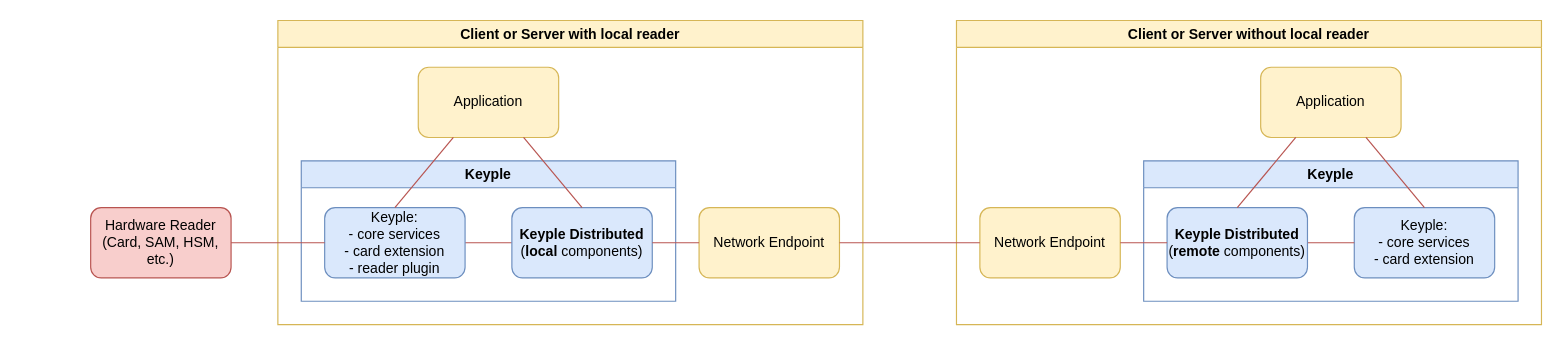
Earlier version of the draw.io diagram static/media/learn/user-guide/distributed-application/distributed_solution_1_layers_overview.drawio (eclipse-keyple/keyple-website). Source tidied: cells renumbered, new cells numbered last; positions are measured from the earlier drawing's top-left corner, leaving out a move shared by most shapes. Both pictures are drawn from the tidied source at 117%, with x=0, y=0 at pixel (90, 20).
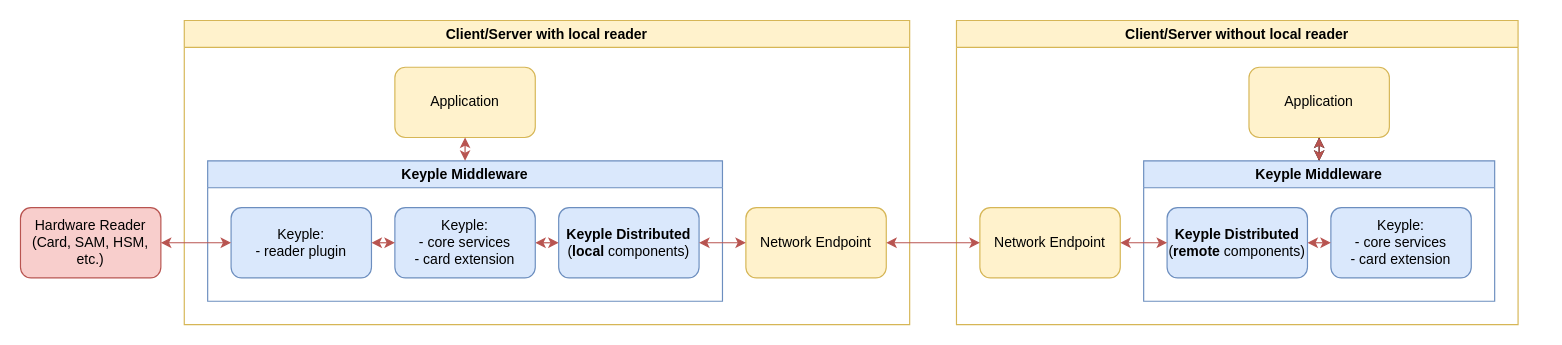
Above is the later version.

Unchanged cells that the change refers to:
```xml
<mxCell id="18" value="&lt;b&gt;Keyple Distributed&lt;/b&gt;&lt;br&gt;(&lt;b&gt;remote&lt;/b&gt; components)" style="rounded=1;whiteSpace=wrap;html=1;fillColor=#dae8fc;strokeColor=#6c8ebf;" parent="15" vertex="1">
  <mxGeometry x="20" y="40" width="120" height="60" as="geometry" />
</mxCell>
<mxCell id="19" value="Network Endpoint" style="rounded=1;whiteSpace=wrap;html=1;fillColor=#fff2cc;strokeColor=#d6b656;" parent="13" vertex="1">
  <mxGeometry x="20" y="160" width="120" height="60" as="geometry" />
</mxCell>
```

What changed in the source:
```diff
@@
-    <mxCell id="2" value="Client or Server with local reader" style="swimlane;whiteSpace=wrap;html=1;fillColor=#fff2cc;strokeColor=#d6b656;startSize=23;" parent="1" vertex="1">
-      <mxGeometry x="160" width="500" height="260" as="geometry" />
+    <mxCell id="2" value="Client/Server with local reader" style="swimlane;whiteSpace=wrap;html=1;fillColor=#fff2cc;strokeColor=#d6b656;startSize=23;" parent="1" vertex="1">
+      <mxGeometry x="80" width="620" height="260" as="geometry" />
     </mxCell>
     <mxCell id="3" value="Application" style="rounded=1;whiteSpace=wrap;html=1;fillColor=#fff2cc;strokeColor=#d6b656;" parent="2" vertex="1">
-      <mxGeometry x="120" y="40" width="120" height="60" as="geometry" />
+      <mxGeometry x="180" y="40" width="120" height="60" as="geometry" />
     </mxCell>
-    <mxCell id="4" value="Keyple" style="swimlane;whiteSpace=wrap;html=1;swimlaneFillColor=none;fillColor=#dae8fc;strokeColor=#6c8ebf;" parent="2" vertex="1">
-      <mxGeometry x="20" y="120" width="320" height="120" as="geometry" />
+    <mxCell id="4" value="Keyple Middleware" style="swimlane;whiteSpace=wrap;html=1;swimlaneFillColor=none;fillColor=#dae8fc;strokeColor=#6c8ebf;" parent="2" vertex="1">
+      <mxGeometry x="20" y="120" width="440" height="120" as="geometry" />
     </mxCell>
-    <mxCell id="5" style="edgeStyle=none;rounded=0;jettySize=auto;html=1;exitX=1;exitY=0.5;exitDx=0;exitDy=0;entryX=0;entryY=0.5;entryDx=0;entryDy=0;strokeWidth=1;endArrow=none;endFill=0;fillColor=#f8cecc;strokeColor=#b85450;" parent="4" edge="1" source="6" target="7">
+    <mxCell id="5" style="edgeStyle=none;rounded=0;jettySize=auto;html=1;exitX=1;exitY=0.5;exitDx=0;exitDy=0;entryX=0;entryY=0.5;entryDx=0;entryDy=0;strokeWidth=1;endArrow=classic;endFill=1;fillColor=#f8cecc;strokeColor=#b85450;startArrow=classic;startFill=1;" parent="4" edge="1" source="6" target="7">
       <mxGeometry relative="1" as="geometry" />
     </mxCell>
-    <mxCell id="6" value="Keyple:&lt;br&gt;- core services&lt;br&gt;- card extension&lt;br&gt;- reader plugin" style="rounded=1;whiteSpace=wrap;html=1;fillColor=#dae8fc;strokeColor=#6c8ebf;" parent="4" vertex="1">
-      <mxGeometry x="20" y="40" width="120" height="60" as="geometry" />
+    <mxCell id="6" value="Keyple:&lt;br&gt;- core services&lt;br&gt;- card extension" style="rounded=1;whiteSpace=wrap;html=1;fillColor=#dae8fc;strokeColor=#6c8ebf;" parent="4" vertex="1">
+      <mxGeometry x="160" y="40" width="120" height="60" as="geometry" />
     </mxCell>
     <mxCell id="7" value="&lt;b&gt;Keyple Distributed&lt;/b&gt;&lt;br&gt;(&lt;b&gt;local&lt;/b&gt; components)" style="rounded=1;whiteSpace=wrap;html=1;fillColor=#dae8fc;strokeColor=#6c8ebf;" parent="4" vertex="1">
-      <mxGeometry x="180" y="40" width="120" height="60" as="geometry" />
+      <mxGeometry x="300" y="40" width="120" height="60" as="geometry" />
     </mxCell>
+    <mxCell id="25" value="Keyple:&lt;br&gt;- reader plugin" style="rounded=1;whiteSpace=wrap;html=1;fillColor=#dae8fc;strokeColor=#6c8ebf;" parent="4" vertex="1">
+      <mxGeometry x="20" y="40" width="120" height="60" as="geometry" />
+    </mxCell>
+    <mxCell id="26" style="edgeStyle=orthogonalEdgeStyle;rounded=0;jettySize=auto;html=1;exitX=0;exitY=0.5;exitDx=0;exitDy=0;entryX=1;entryY=0.5;entryDx=0;entryDy=0;endArrow=classic;endFill=1;fillColor=#f8cecc;strokeColor=#b85450;strokeWidth=1;startArrow=classic;startFill=1;" parent="4" edge="1" source="6" target="25">
+      <mxGeometry relative="1" as="geometry" />
+    </mxCell>
     <mxCell id="8" value="Network Endpoint" style="rounded=1;whiteSpace=wrap;html=1;fillColor=#fff2cc;strokeColor=#d6b656;" parent="2" vertex="1">
-      <mxGeometry x="360" y="160" width="120" height="60" as="geometry" />
+      <mxGeometry x="480" y="160" width="120" height="60" as="geometry" />
     </mxCell>
-    <mxCell id="9" style="rounded=0;jettySize=auto;html=1;exitX=0.5;exitY=0;exitDx=0;exitDy=0;entryX=0.25;entryY=1;entryDx=0;entryDy=0;strokeWidth=1;endArrow=none;endFill=0;fillColor=#f8cecc;strokeColor=#b85450;" parent="2" edge="1" source="6" target="3">
+    <mxCell id="9" style="rounded=0;jettySize=auto;html=1;entryX=0.5;entryY=1;entryDx=0;entryDy=0;strokeWidth=1;endArrow=classic;endFill=1;fillColor=#f8cecc;strokeColor=#b85450;startArrow=classic;startFill=1;exitX=0.5;exitY=0;exitDx=0;exitDy=0;" parent="2" edge="1" source="4" target="3">
       <mxGeometry relative="1" as="geometry" />
     </mxCell>
-    <mxCell id="10" style="edgeStyle=none;rounded=0;jettySize=auto;html=1;exitX=0.75;exitY=1;exitDx=0;exitDy=0;entryX=0.5;entryY=0;entryDx=0;entryDy=0;strokeWidth=1;endArrow=none;endFill=0;fillColor=#f8cecc;strokeColor=#b85450;" parent="2" edge="1" source="3" target="7">
-      <mxGeometry relative="1" as="geometry" />
-    </mxCell>
-    <mxCell id="11" style="edgeStyle=none;rounded=0;jettySize=auto;html=1;exitX=1;exitY=0.5;exitDx=0;exitDy=0;entryX=0;entryY=0.5;entryDx=0;entryDy=0;strokeWidth=1;endArrow=none;endFill=0;fillColor=#f8cecc;strokeColor=#b85450;" parent="2" edge="1" source="7" target="8">
+    <mxCell id="11" style="edgeStyle=none;rounded=0;jettySize=auto;html=1;exitX=1;exitY=0.5;exitDx=0;exitDy=0;entryX=0;entryY=0.5;entryDx=0;entryDy=0;strokeWidth=1;endArrow=classic;endFill=1;fillColor=#f8cecc;strokeColor=#b85450;startArrow=classic;startFill=1;" parent="2" edge="1" source="7" target="8">
       <mxGeometry relative="1" as="geometry" />
     </mxCell>
     <mxCell id="12" value="Hardware Reader&lt;br&gt;(Card, SAM, HSM, etc.)" style="rounded=1;whiteSpace=wrap;html=1;fillColor=#f8cecc;strokeColor=#b85450;" parent="1" vertex="1">
-      <mxGeometry y="160" width="120" height="60" as="geometry" />
+      <mxGeometry x="-60" y="160" width="120" height="60" as="geometry" />
     </mxCell>
-    <mxCell id="13" value="Client or Server without local reader" style="swimlane;whiteSpace=wrap;html=1;startSize=23;fillColor=#fff2cc;strokeColor=#d6b656;" parent="1" vertex="1">
-      <mxGeometry x="740" width="500" height="260" as="geometry" />
+    <mxCell id="13" value="Client/Server without local reader" style="swimlane;whiteSpace=wrap;html=1;startSize=23;fillColor=#fff2cc;strokeColor=#d6b656;" parent="1" vertex="1">
+      <mxGeometry x="740" width="480" height="260" as="geometry" />
     </mxCell>
+    <mxCell id="27" style="edgeStyle=orthogonalEdgeStyle;rounded=0;jettySize=auto;html=1;startArrow=classic;startFill=1;endArrow=classic;endFill=1;entryX=0.5;entryY=0;entryDx=0;entryDy=0;" parent="13" edge="1" source="14" target="15">
+      <mxGeometry relative="1" as="geometry" />
+    </mxCell>
     <mxCell id="14" value="Application" style="rounded=1;whiteSpace=wrap;html=1;fillColor=#fff2cc;strokeColor=#d6b656;" parent="13" vertex="1">
-      <mxGeometry x="260" y="40" width="120" height="60" as="geometry" />
+      <mxGeometry x="250" y="40" width="120" height="60" as="geometry" />
     </mxCell>
-    <mxCell id="15" value="Keyple" style="swimlane;whiteSpace=wrap;html=1;fillColor=#dae8fc;strokeColor=#6c8ebf;" parent="13" vertex="1">
-      <mxGeometry x="160" y="120" width="320" height="120" as="geometry" />
+    <mxCell id="15" value="Keyple Middleware" style="swimlane;whiteSpace=wrap;html=1;fillColor=#dae8fc;strokeColor=#6c8ebf;" parent="13" vertex="1">
+      <mxGeometry x="160" y="120" width="300" height="120" as="geometry" />
     </mxCell>
     <mxCell id="16" value="Keyple:&lt;br&gt;- core services&lt;br&gt;- card extension" style="rounded=1;whiteSpace=wrap;html=1;fillColor=#dae8fc;strokeColor=#6c8ebf;" parent="15" vertex="1">
-      <mxGeometry x="180" y="40" width="120" height="60" as="geometry" />
+      <mxGeometry x="160" y="40" width="120" height="60" as="geometry" />
     </mxCell>
-    <mxCell id="17" style="edgeStyle=none;rounded=0;jettySize=auto;html=1;exitX=1;exitY=0.5;exitDx=0;exitDy=0;entryX=0;entryY=0.5;entryDx=0;entryDy=0;strokeWidth=1;endArrow=none;endFill=0;fillColor=#f8cecc;strokeColor=#b85450;" parent="15" edge="1" source="18" target="16">
+    <mxCell id="17" style="edgeStyle=none;rounded=0;jettySize=auto;html=1;exitX=1;exitY=0.5;exitDx=0;exitDy=0;entryX=0;entryY=0.5;entryDx=0;entryDy=0;strokeWidth=1;endArrow=classic;endFill=1;fillColor=#f8cecc;strokeColor=#b85450;startArrow=classic;startFill=1;" parent="15" edge="1" source="18" target="16">
       <mxGeometry relative="1" as="geometry" />
     </mxCell>
@@
-    <mxCell id="20" style="edgeStyle=none;rounded=0;jettySize=auto;html=1;exitX=0.5;exitY=0;exitDx=0;exitDy=0;entryX=0.25;entryY=1;entryDx=0;entryDy=0;strokeWidth=1;endArrow=none;endFill=0;fillColor=#f8cecc;strokeColor=#b85450;" parent="13" edge="1" source="18" target="14">
+    <mxCell id="20" style="edgeStyle=none;rounded=0;jettySize=auto;html=1;exitX=0.5;exitY=0;exitDx=0;exitDy=0;entryX=0.5;entryY=1;entryDx=0;entryDy=0;strokeWidth=1;endArrow=classic;endFill=1;fillColor=#f8cecc;strokeColor=#b85450;startArrow=classic;startFill=1;" parent="13" edge="1" source="15" target="14">
       <mxGeometry relative="1" as="geometry" />
     </mxCell>
-    <mxCell id="21" style="edgeStyle=none;rounded=0;jettySize=auto;html=1;exitX=0.75;exitY=1;exitDx=0;exitDy=0;entryX=0.5;entryY=0;entryDx=0;entryDy=0;strokeWidth=1;endArrow=none;endFill=0;fillColor=#f8cecc;strokeColor=#b85450;" parent="13" edge="1" source="14" target="16">
-      <mxGeometry relative="1" as="geometry" />
-    </mxCell>
-    <mxCell id="22" style="edgeStyle=none;rounded=0;jettySize=auto;html=1;exitX=1;exitY=0.5;exitDx=0;exitDy=0;entryX=0;entryY=0.5;entryDx=0;entryDy=0;strokeWidth=1;endArrow=none;endFill=0;fillColor=#f8cecc;strokeColor=#b85450;" parent="13" edge="1" source="19" target="18">
+    <mxCell id="22" style="edgeStyle=none;rounded=0;jettySize=auto;html=1;exitX=1;exitY=0.5;exitDx=0;exitDy=0;entryX=0;entryY=0.5;entryDx=0;entryDy=0;strokeWidth=1;endArrow=classic;endFill=1;fillColor=#f8cecc;strokeColor=#b85450;startArrow=classic;startFill=1;" parent="13" edge="1" source="19" target="18">
       <mxGeometry relative="1" as="geometry" />
     </mxCell>
-    <mxCell id="23" style="edgeStyle=orthogonalEdgeStyle;rounded=0;jettySize=auto;html=1;exitX=0;exitY=0.5;exitDx=0;exitDy=0;entryX=1;entryY=0.5;entryDx=0;entryDy=0;endArrow=none;endFill=0;fillColor=#f8cecc;strokeColor=#b85450;strokeWidth=1;" parent="1" edge="1" source="6" target="12">
+    <mxCell id="23" style="edgeStyle=orthogonalEdgeStyle;rounded=0;jettySize=auto;html=1;exitX=0;exitY=0.5;exitDx=0;exitDy=0;entryX=1;entryY=0.5;entryDx=0;entryDy=0;endArrow=classic;endFill=1;fillColor=#f8cecc;strokeColor=#b85450;strokeWidth=1;startArrow=classic;startFill=1;" parent="1" edge="1" source="25" target="12">
       <mxGeometry relative="1" as="geometry" />
     </mxCell>
-    <mxCell id="24" style="edgeStyle=none;rounded=0;jettySize=auto;html=1;exitX=1;exitY=0.5;exitDx=0;exitDy=0;entryX=0;entryY=0.5;entryDx=0;entryDy=0;strokeWidth=1;endArrow=none;endFill=0;fillColor=#f8cecc;strokeColor=#b85450;" parent="1" edge="1" source="8" target="19">
+    <mxCell id="24" style="edgeStyle=none;rounded=0;jettySize=auto;html=1;exitX=1;exitY=0.5;exitDx=0;exitDy=0;entryX=0;entryY=0.5;entryDx=0;entryDy=0;strokeWidth=1;endArrow=classic;endFill=1;fillColor=#f8cecc;strokeColor=#b85450;startArrow=classic;startFill=1;" parent="1" edge="1" source="8" target="19">
       <mxGeometry relative="1" as="geometry" />
     </mxCell>
```
